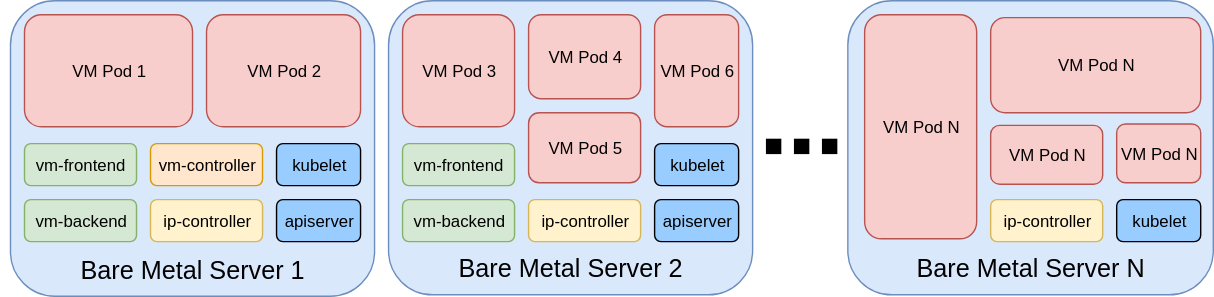
The draw.io diagram docs/highlevel.svg in rancher/old-vm, before a commit. Source tidied: cells renumbered, new cells last; positions are measured from the earlier drawing's top-left corner, leaving out a move shared by most shapes.
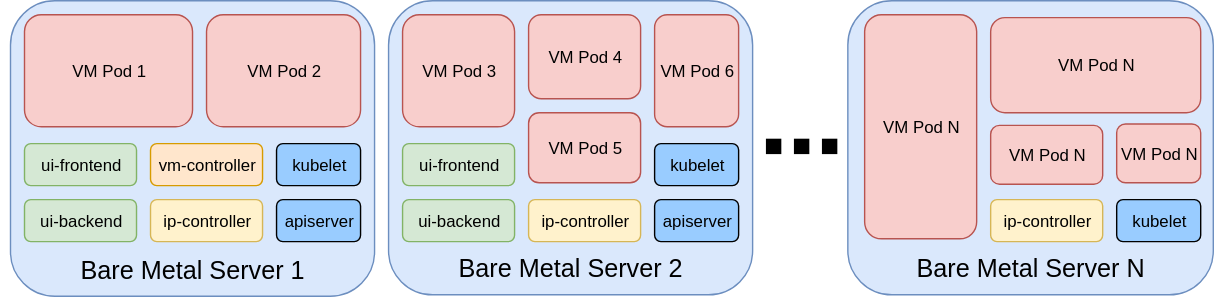
After the commit.

Commit message:
rename ui components for clarity

Diff of the diagram source:
```diff
@@ -17,10 +17,10 @@
     <mxCell id="6" value="vm-controller" style="rounded=1;whiteSpace=wrap;html=1;fillColor=#ffe6cc;strokeColor=#d79b00;" parent="1" vertex="1">
       <mxGeometry x="100" y="102" width="80" height="30" as="geometry" />
     </mxCell>
-    <mxCell id="7" value="vm-frontend" style="rounded=1;whiteSpace=wrap;html=1;fillColor=#d5e8d4;strokeColor=#82b366;" parent="1" vertex="1">
+    <mxCell id="7" value="ui-frontend" style="rounded=1;whiteSpace=wrap;html=1;fillColor=#d5e8d4;strokeColor=#82b366;" parent="1" vertex="1">
       <mxGeometry x="10" y="102" width="80" height="30" as="geometry" />
     </mxCell>
-    <mxCell id="8" value="vm-backend" style="rounded=1;whiteSpace=wrap;html=1;fillColor=#d5e8d4;strokeColor=#82b366;" parent="1" vertex="1">
+    <mxCell id="8" value="ui-backend" style="rounded=1;whiteSpace=wrap;html=1;fillColor=#d5e8d4;strokeColor=#82b366;" parent="1" vertex="1">
       <mxGeometry x="10" y="142" width="80" height="30" as="geometry" />
     </mxCell>
     <mxCell id="9" style="edgeStyle=orthogonalEdgeStyle;rounded=0;html=1;exitX=0;exitY=0.5;entryX=0;entryY=0.5;jettySize=auto;orthogonalLoop=1;" parent="1" edge="1" source="2" target="2">
@@ -38,10 +38,10 @@
     <mxCell id="13" value="kubelet" style="rounded=1;whiteSpace=wrap;html=1;fillColor=#99CCFF;" parent="1" vertex="1">
       <mxGeometry x="460" y="102" width="60" height="30" as="geometry" />
     </mxCell>
-    <mxCell id="14" value="vm-frontend" style="rounded=1;whiteSpace=wrap;html=1;fillColor=#d5e8d4;strokeColor=#82b366;" parent="1" vertex="1">
+    <mxCell id="14" value="ui-frontend" style="rounded=1;whiteSpace=wrap;html=1;fillColor=#d5e8d4;strokeColor=#82b366;" parent="1" vertex="1">
       <mxGeometry x="280" y="102" width="80" height="30" as="geometry" />
     </mxCell>
-    <mxCell id="15" value="vm-backend" style="rounded=1;whiteSpace=wrap;html=1;fillColor=#d5e8d4;strokeColor=#82b366;" parent="1" vertex="1">
+    <mxCell id="15" value="ui-backend" style="rounded=1;whiteSpace=wrap;html=1;fillColor=#d5e8d4;strokeColor=#82b366;" parent="1" vertex="1">
       <mxGeometry x="280" y="142" width="80" height="30" as="geometry" />
     </mxCell>
     <mxCell id="16" value="ip-controller" style="rounded=1;whiteSpace=wrap;html=1;fillColor=#fff2cc;strokeColor=#d6b656;" parent="1" vertex="1">
```
